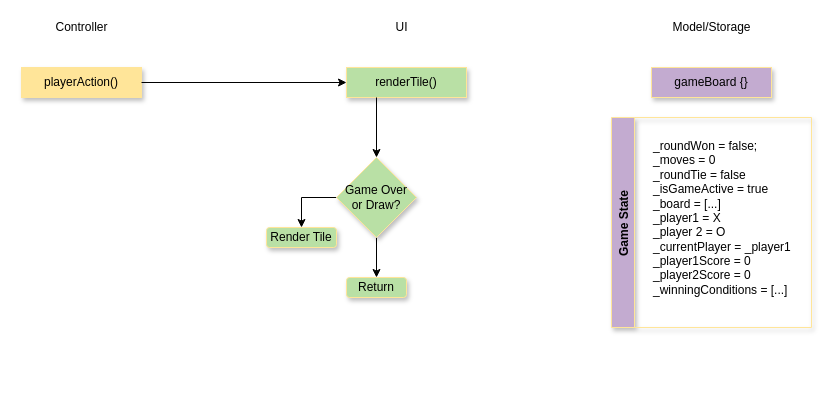
Earlier version of the draw.io diagram Tic Tac Toe.drawio (xyzuka/Tic-Tac-Toe). Source tidied: cells renumbered, new cells numbered last; positions are measured from the earlier drawing's top-left corner, leaving out a move shared by most shapes. Both pictures are drawn from the tidied source at 100%, with x=0, y=0 at pixel (21, 17).
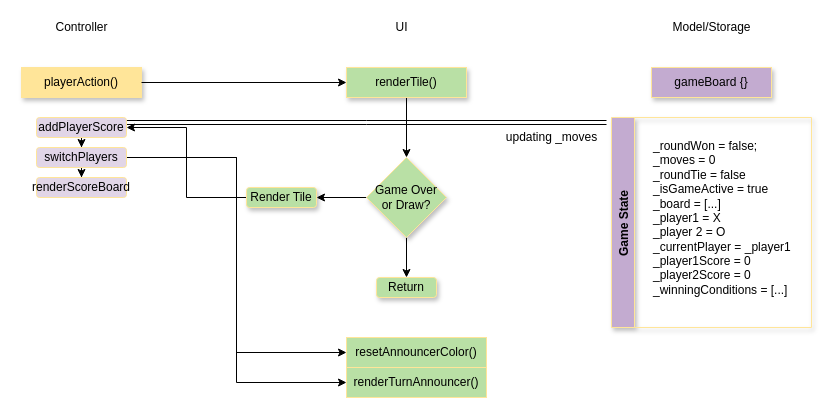
Above is the later version.

Unchanged cells that the change refers to:
```xml
<mxCell id="6" value="renderTile()" style="rounded=0;whiteSpace=wrap;html=1;shadow=1;strokeColor=#FFE599;fillColor=#B9E0A5;" parent="1" vertex="1">
  <mxGeometry x="325" y="50" width="120" height="30" as="geometry" />
</mxCell>
```

The edit, as a diff of the source:
```diff
@@
+    <mxCell id="17" style="edgeStyle=orthogonalEdgeStyle;rounded=0;jettySize=auto;html=1;exitX=0.5;exitY=1;exitDx=0;exitDy=0;" parent="1" edge="1" source="6" target="14">
+      <mxGeometry relative="1" as="geometry" />
+    </mxCell>
@@
-    <mxCell id="11" style="endArrow=classic;html=1;rounded=0;exitX=0.25;exitY=1;exitDx=0;exitDy=0;" parent="1" edge="1" source="6">
-      <mxGeometry relative="1" as="geometry">
-        <mxPoint x="355" y="140" as="targetPoint" />
-      </mxGeometry>
-    </mxCell>
+    <mxCell id="13" style="edgeStyle=orthogonalEdgeStyle;rounded=0;jettySize=auto;html=1;exitX=0.5;exitY=1;exitDx=0;exitDy=0;entryX=0.5;entryY=0;entryDx=0;entryDy=0;" parent="1" edge="1" source="14" target="16">
+      <mxGeometry relative="1" as="geometry" />
+    </mxCell>
-    <mxCell id="12" style="edgeStyle=orthogonalEdgeStyle;rounded=0;jettySize=auto;html=1;exitX=0;exitY=0.5;exitDx=0;exitDy=0;entryX=0.5;entryY=0;entryDx=0;entryDy=0;" parent="1" edge="1" source="14" target="15">
+    <mxCell id="12" style="edgeStyle=orthogonalEdgeStyle;rounded=0;jettySize=auto;html=1;exitX=0;exitY=0.5;exitDx=0;exitDy=0;entryX=1;entryY=0.5;entryDx=0;entryDy=0;" parent="1" edge="1" source="14" target="15">
       <mxGeometry relative="1" as="geometry" />
     </mxCell>
-    <mxCell id="13" style="edgeStyle=orthogonalEdgeStyle;rounded=0;jettySize=auto;html=1;exitX=0.5;exitY=1;exitDx=0;exitDy=0;entryX=0.5;entryY=0;entryDx=0;entryDy=0;" parent="1" edge="1" source="14" target="16">
-      <mxGeometry relative="1" as="geometry" />
-    </mxCell>
     <mxCell id="14" value="&lt;div&gt;Game Over&lt;/div&gt;&lt;div&gt;or Draw?&lt;br&gt;&lt;/div&gt;" style="rhombus;whiteSpace=wrap;html=1;shadow=1;strokeColor=#FFE599;fillColor=#B9E0A5;" parent="1" vertex="1">
-      <mxGeometry x="315" y="140" width="80" height="80" as="geometry" />
+      <mxGeometry x="345" y="140" width="80" height="80" as="geometry" />
     </mxCell>
+    <mxCell id="18" style="edgeStyle=orthogonalEdgeStyle;rounded=0;jettySize=auto;html=1;exitX=0;exitY=0.5;exitDx=0;exitDy=0;entryX=1;entryY=0.5;entryDx=0;entryDy=0;" parent="1" edge="1" source="15" target="21">
+      <mxGeometry relative="1" as="geometry" />
+    </mxCell>
     <mxCell id="15" value="Render Tile" style="rounded=1;whiteSpace=wrap;html=1;shadow=1;strokeColor=#FFE599;fillColor=#B9E0A5;" parent="1" vertex="1">
-      <mxGeometry x="245" y="210" width="70" height="20" as="geometry" />
+      <mxGeometry x="225" y="170" width="70" height="20" as="geometry" />
     </mxCell>
     <mxCell id="16" value="Return" style="rounded=1;whiteSpace=wrap;html=1;shadow=1;strokeColor=#FFE599;fillColor=#B9E0A5;" parent="1" vertex="1">
-      <mxGeometry x="325" y="260" width="60" height="20" as="geometry" />
+      <mxGeometry x="355" y="260" width="60" height="20" as="geometry" />
     </mxCell>
+    <mxCell id="19" style="edgeStyle=orthogonalEdgeStyle;rounded=0;jettySize=auto;html=1;entryX=0.5;entryY=0;entryDx=0;entryDy=0;" parent="1" edge="1" source="21" target="25">
+      <mxGeometry relative="1" as="geometry" />
+    </mxCell>
+    <mxCell id="20" style="edgeStyle=orthogonalEdgeStyle;rounded=0;jettySize=auto;html=1;exitX=1;exitY=0.25;exitDx=0;exitDy=0;shape=link;" parent="1" edge="1" source="21">
+      <mxGeometry relative="1" as="geometry">
+        <mxPoint x="585" y="105" as="targetPoint" />
+      </mxGeometry>
+    </mxCell>
+    <mxCell id="21" value="addPlayerScore" style="rounded=1;whiteSpace=wrap;html=1;shadow=0;strokeColor=#FFE599;fillColor=#E1D5E7;" parent="1" vertex="1">
+      <mxGeometry x="15" y="100" width="90" height="20" as="geometry" />
+    </mxCell>
+    <mxCell id="22" style="edgeStyle=orthogonalEdgeStyle;rounded=0;jettySize=auto;html=1;" parent="1" edge="1" source="25" target="26">
+      <mxGeometry relative="1" as="geometry" />
+    </mxCell>
+    <mxCell id="23" style="rounded=0;jettySize=auto;html=1;exitX=1;exitY=0.5;exitDx=0;exitDy=0;entryX=0;entryY=0.5;entryDx=0;entryDy=0;edgeStyle=orthogonalEdgeStyle;" parent="1" edge="1" source="25" target="28">
+      <mxGeometry relative="1" as="geometry" />
+    </mxCell>
+    <mxCell id="24" style="edgeStyle=orthogonalEdgeStyle;rounded=0;jettySize=auto;html=1;exitX=1;exitY=0.5;exitDx=0;exitDy=0;entryX=0;entryY=0.5;entryDx=0;entryDy=0;elbow=vertical;" parent="1" edge="1" source="25" target="29">
+      <mxGeometry relative="1" as="geometry" />
+    </mxCell>
+    <mxCell id="25" value="switchPlayers" style="rounded=1;whiteSpace=wrap;html=1;shadow=0;strokeColor=#FFE599;fillColor=#E1D5E7;" parent="1" vertex="1">
+      <mxGeometry x="15" y="130" width="90" height="20" as="geometry" />
+    </mxCell>
+    <mxCell id="26" value="renderScoreBoard" style="whiteSpace=wrap;html=1;fillColor=#E1D5E7;strokeColor=#FFE599;rounded=1;shadow=0;" parent="1" vertex="1">
+      <mxGeometry x="15" y="160" width="90" height="20" as="geometry" />
+    </mxCell>
+    <mxCell id="27" value="updating _moves" style="text;html=1;align=center;verticalAlign=middle;fillColor=none;strokeColor=none;rounded=0;shadow=0;" parent="1" vertex="1">
+      <mxGeometry x="475" y="110" width="110" height="20" as="geometry" />
+    </mxCell>
+    <mxCell id="28" value="renderTurnAnnouncer()" style="rounded=0;whiteSpace=wrap;html=1;shadow=0;strokeColor=#FFE599;fillColor=#B9E0A5;" parent="1" vertex="1">
+      <mxGeometry x="325" y="350" width="140" height="30" as="geometry" />
+    </mxCell>
+    <mxCell id="29" value="resetAnnouncerColor()" style="rounded=0;whiteSpace=wrap;html=1;shadow=0;strokeColor=#FFE599;fillColor=#B9E0A5;" parent="1" vertex="1">
+      <mxGeometry x="325" y="320" width="140" height="30" as="geometry" />
+    </mxCell>
```
